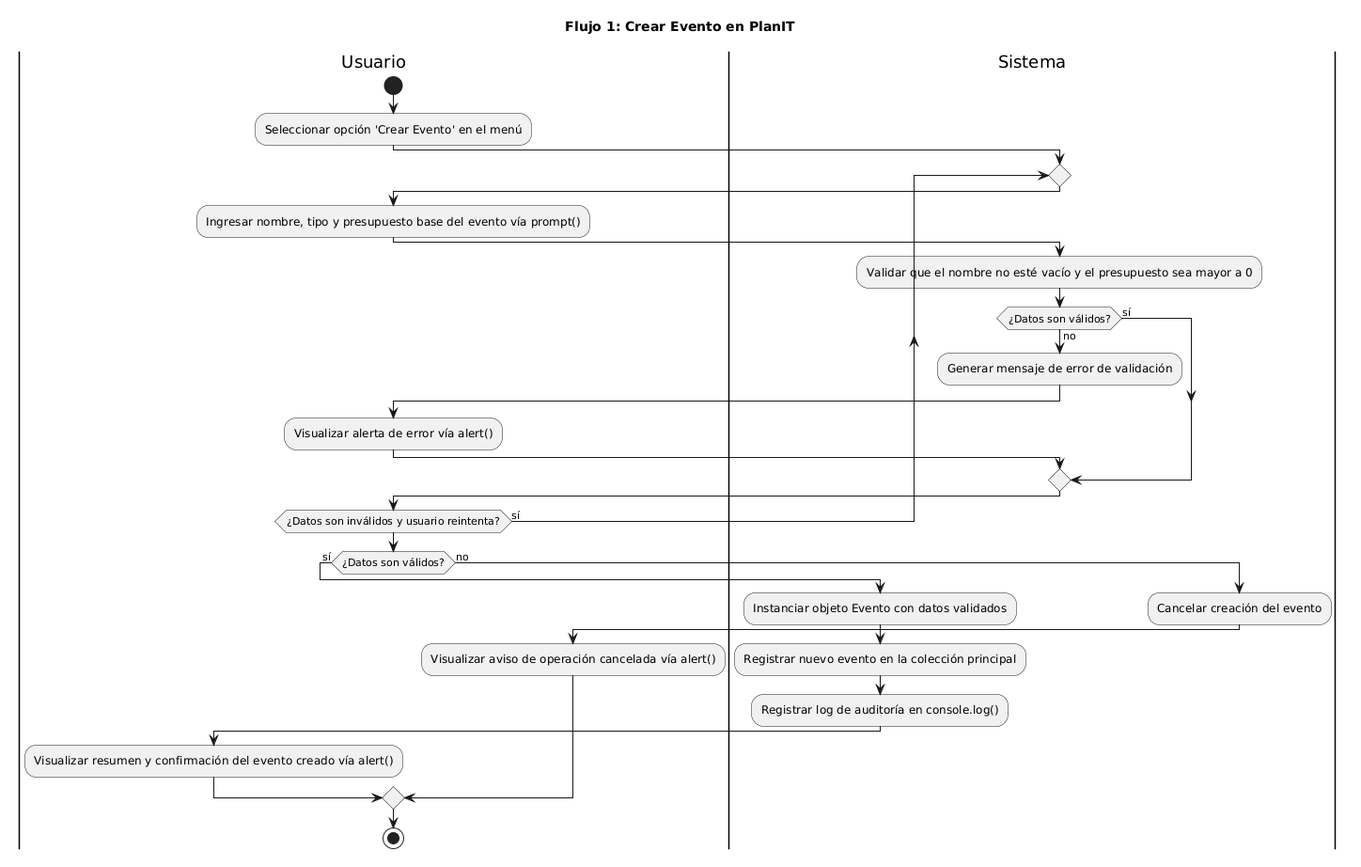
carolabenvenuto-uces/planit keeps this PlantUML diagram as docs/05-diagramas/01-diagrama-de-actividades/actividad-flujo-1-crear-evento.png. Above is the earlier version.
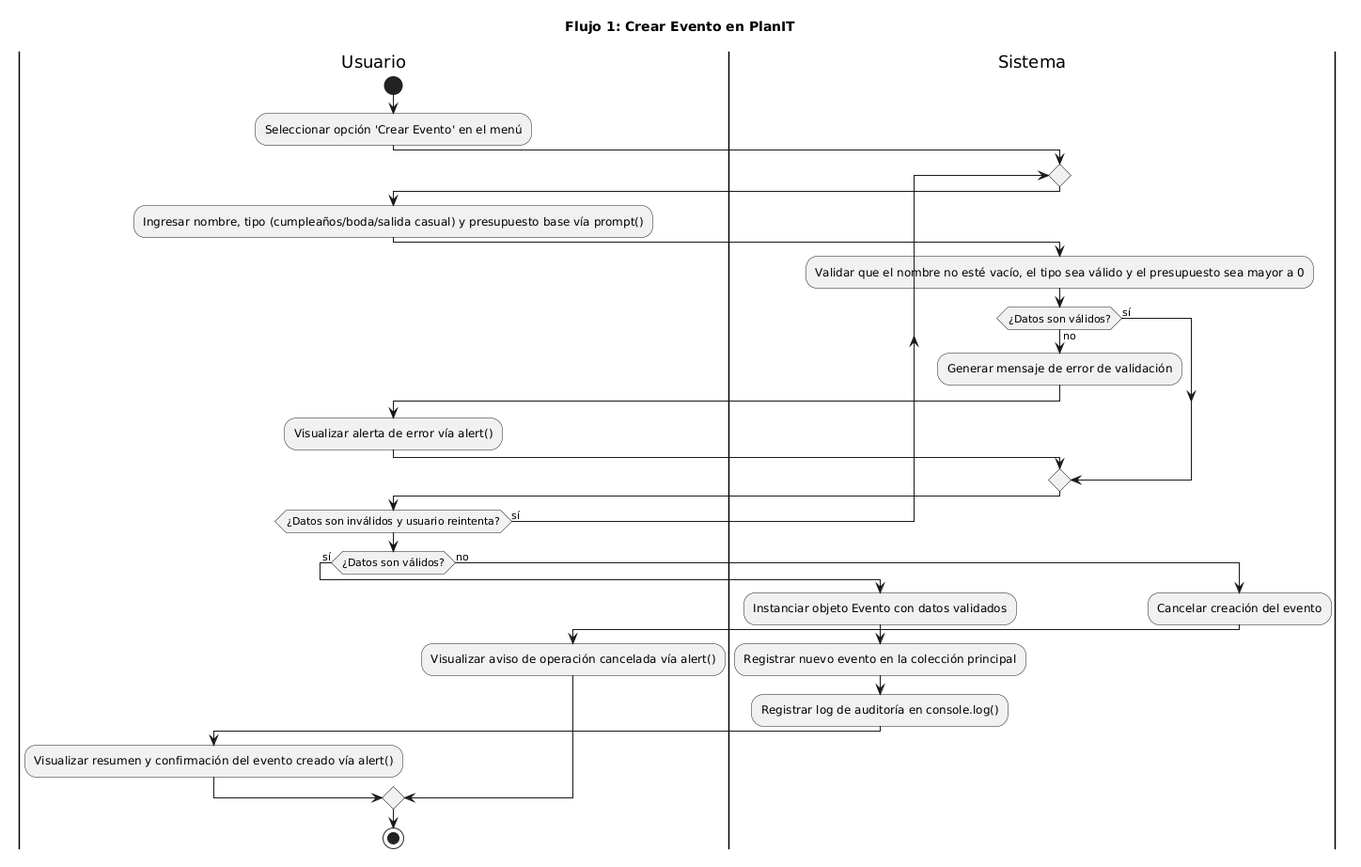
The same file after the commit.

What changed in the source:
```diff
@@ -8,10 +8,10 @@
 |Sistema|
 repeat
   |Usuario|
-  :Ingresar nombre, tipo y presupuesto base del evento vía prompt();
+  :Ingresar nombre, tipo (cumpleaños/boda/salida casual) y presupuesto base vía prompt();
 
   |Sistema|
-  :Validar que el nombre no esté vacío y el presupuesto sea mayor a 0;
+  :Validar que el nombre no esté vacío, el tipo sea válido y el presupuesto sea mayor a 0;
 
   if (¿Datos son válidos?) then (no)
     :Generar mensaje de error de validación;
```
